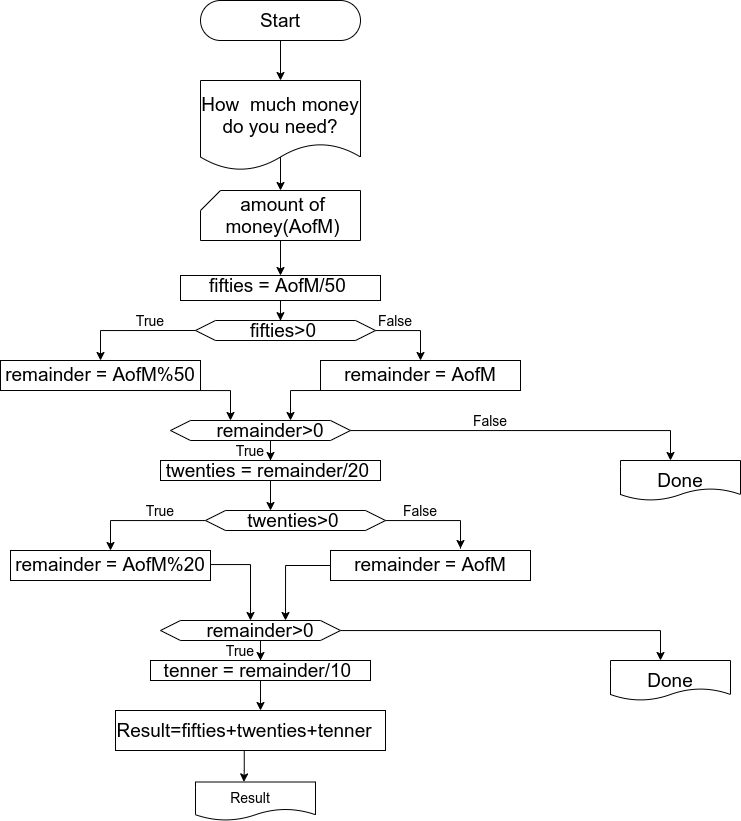
Before: withdrawal-Page-1.png, a diagram exported from draw.io (celaltas/Data-Structures-And-Algorithms). Source tidied: cells renumbered, new cells last; positions are measured from the earlier drawing's top-left corner, leaving out a move shared by most shapes.
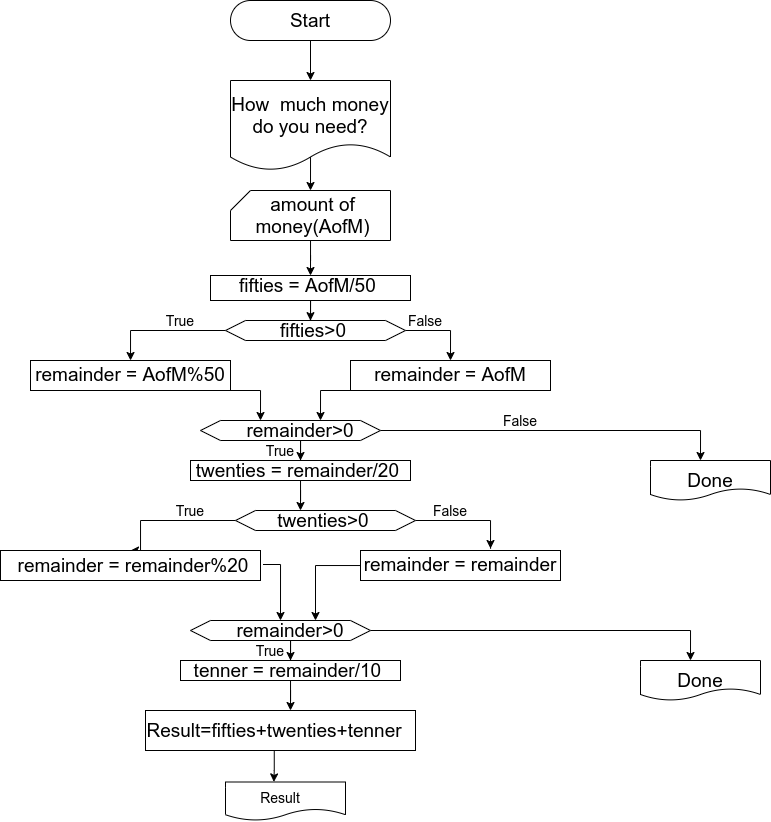
Later version of the same file.

Change to the diagram source:
```diff
@@ -132,7 +132,7 @@
       <mxGeometry x="400" y="500" width="40" height="20" as="geometry" />
     </mxCell>
     <mxCell id="36" style="rounded=0;whiteSpace=wrap;html=1;fontSize=19;flipV=0;" parent="1" vertex="1">
-      <mxGeometry x="10" y="550" width="200" height="30" as="geometry" />
+      <mxGeometry x="-30" y="550" width="260" height="30" as="geometry" />
     </mxCell>
     <mxCell id="37" style="edgeStyle=orthogonalEdgeStyle;rounded=0;jettySize=auto;html=1;entryX=0.4;entryY=0;entryDx=0;entryDy=0;fontSize=14;fontColor=#FFFFFF;entryPerimeter=0;" parent="1" edge="1" source="38" target="59">
       <mxGeometry relative="1" as="geometry">
@@ -141,8 +141,8 @@
         </Array>
       </mxGeometry>
     </mxCell>
-    <mxCell id="38" value="remainder = AofM%20" style="text;html=1;strokeColor=none;fillColor=none;align=center;verticalAlign=middle;whiteSpace=wrap;rounded=0;fontSize=19;flipV=0;" parent="1" vertex="1">
-      <mxGeometry x="10" y="554" width="200" height="20" as="geometry" />
+    <mxCell id="38" value="remainder = remainder%20" style="text;html=1;strokeColor=none;fillColor=none;align=center;verticalAlign=middle;whiteSpace=wrap;rounded=0;fontSize=19;flipV=0;" parent="1" vertex="1">
+      <mxGeometry x="-27.5" y="555" width="260" height="20" as="geometry" />
     </mxCell>
     <mxCell id="39" style="edgeStyle=orthogonalEdgeStyle;rounded=0;orthogonalLoop=1;jettySize=auto;html=1;exitX=0.5;exitY=1;exitDx=0;exitDy=0;fontSize=11;fontColor=#FFFFFF;flipV=0;" parent="1" edge="1" source="36" target="36">
       <mxGeometry relative="1" as="geometry" />
@@ -156,7 +156,7 @@
     <mxCell id="42" style="rounded=0;whiteSpace=wrap;html=1;fontSize=19;flipV=0;" parent="1" vertex="1">
       <mxGeometry x="330" y="550" width="200" height="30" as="geometry" />
     </mxCell>
-    <mxCell id="43" value="remainder = AofM" style="text;html=1;strokeColor=none;fillColor=none;align=center;verticalAlign=middle;whiteSpace=wrap;rounded=0;fontSize=19;flipV=0;" parent="1" vertex="1">
+    <mxCell id="43" value="remainder = remainder" style="text;html=1;strokeColor=none;fillColor=none;align=center;verticalAlign=middle;whiteSpace=wrap;rounded=0;fontSize=19;flipV=0;" parent="1" vertex="1">
       <mxGeometry x="330" y="553.5" width="200" height="20" as="geometry" />
     </mxCell>
     <mxCell id="44" style="edgeStyle=orthogonalEdgeStyle;rounded=0;orthogonalLoop=1;jettySize=auto;html=1;exitX=0.5;exitY=1;exitDx=0;exitDy=0;fontSize=11;fontColor=#FFFFFF;flipV=0;" parent="1" edge="1" source="42" target="42">
```
